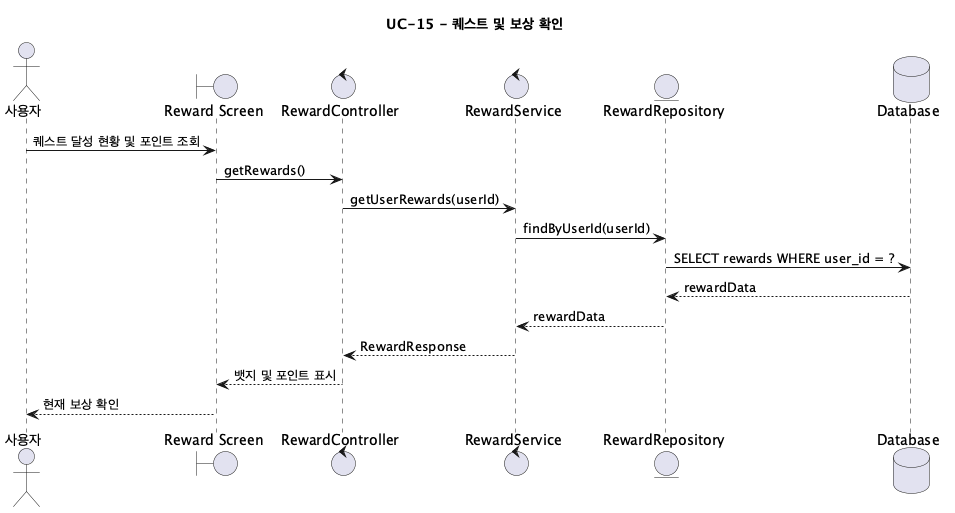
This is screenshots/sequence-diagram/UC15_QuestAndReward.png from jeongiryang/SoftwareEngineering_team15_project_-Smart-Edu-Platform, a PlantUML export, as it was before one commit. Source of this version:
```plantuml
@startuml UC15_QuestAndReward
title UC-15 - 퀘스트 및 보상 확인

actor "사용자" as User
boundary "Reward Screen" as UI
control "RewardController" as RewardController
control "RewardService" as RewardService
entity "RewardRepository" as RewardRepository
database "Database" as DB

User -> UI: 퀘스트 달성 현황 및 포인트 조회
UI -> RewardController: getRewards()
RewardController -> RewardService: getUserRewards(userId)
RewardService -> RewardRepository: findByUserId(userId)
RewardRepository -> DB: SELECT rewards WHERE user_id = ?
DB --> RewardRepository: rewardData
RewardRepository --> RewardService: rewardData
RewardService --> RewardController: RewardResponse
RewardController --> UI: 뱃지 및 포인트 표시
UI --> User: 현재 보상 확인
@enduml
```
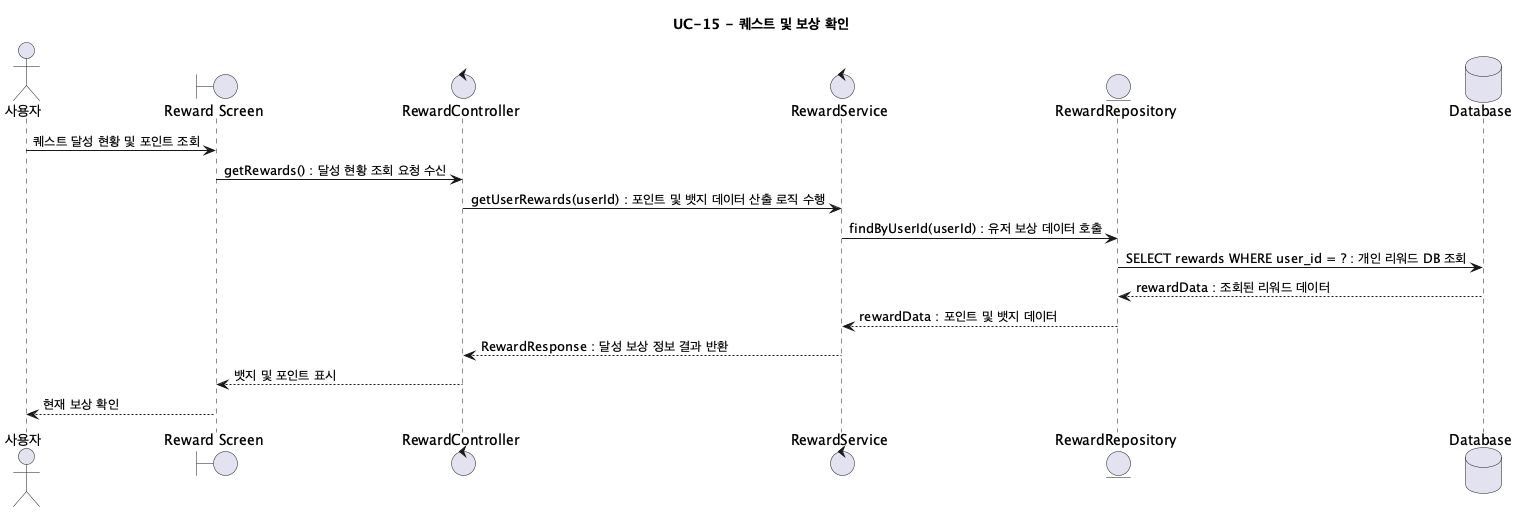
The same diagram one commit later.

What changed in the source:
```diff
@@ -9,13 +9,13 @@
 database "Database" as DB
 
 User -> UI: 퀘스트 달성 현황 및 포인트 조회
-UI -> RewardController: getRewards()
-RewardController -> RewardService: getUserRewards(userId)
-RewardService -> RewardRepository: findByUserId(userId)
-RewardRepository -> DB: SELECT rewards WHERE user_id = ?
-DB --> RewardRepository: rewardData
-RewardRepository --> RewardService: rewardData
-RewardService --> RewardController: RewardResponse
+UI -> RewardController: getRewards() : 달성 현황 조회 요청 수신
+RewardController -> RewardService: getUserRewards(userId) : 포인트 및 뱃지 데이터 산출 로직 수행
+RewardService -> RewardRepository: findByUserId(userId) : 유저 보상 데이터 호출
+RewardRepository -> DB: SELECT rewards WHERE user_id = ? : 개인 리워드 DB 조회
+DB --> RewardRepository: rewardData : 조회된 리워드 데이터
+RewardRepository --> RewardService: rewardData : 포인트 및 뱃지 데이터
+RewardService --> RewardController: RewardResponse : 달성 보상 정보 결과 반환
 RewardController --> UI: 뱃지 및 포인트 표시
 UI --> User: 현재 보상 확인
 @enduml
```
